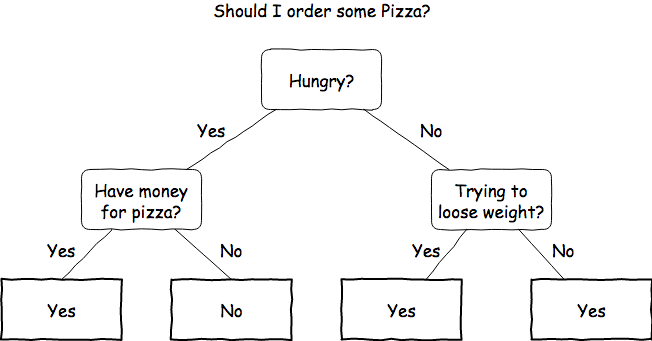
The draw.io diagram pizza_tree.png in tudo-astroparticlephysics/dpg2019-ml-tutorial, before a commit. Source tidied: cells renumbered, new cells last; positions are measured from the earlier drawing's top-left corner, leaving out a move shared by most shapes.
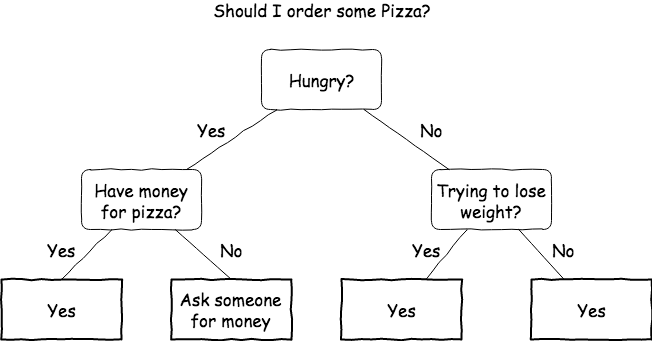
The same file after the commit.

The edit, as a diff of the source:
```diff
@@ -8,7 +8,7 @@
     <mxCell id="3" value="&lt;div style=&quot;font-size: 17px;&quot;&gt;Have money for pizza?&lt;/div&gt;" style="whiteSpace=wrap;html=1;rounded=1;shadow=0;labelBackgroundColor=none;strokeColor=#000000;strokeWidth=1;fillColor=#ffffff;fontFamily=Comic Sans MS;fontSize=17;fontColor=#000000;align=center;glass=0;comic=1;" parent="1" vertex="1">
       <mxGeometry x="80" y="160" width="120" height="60" as="geometry" />
     </mxCell>
-    <mxCell id="4" value="&lt;div style=&quot;font-size: 17px;&quot;&gt;Trying to loose weight?&lt;/div&gt;" style="whiteSpace=wrap;html=1;rounded=1;shadow=0;labelBackgroundColor=none;strokeColor=#000000;strokeWidth=1;fillColor=#ffffff;fontFamily=Comic Sans MS;fontSize=17;fontColor=#000000;align=center;comic=1;" parent="1" vertex="1">
+    <mxCell id="4" value="&lt;div style=&quot;font-size: 17px&quot;&gt;Trying to lose weight?&lt;/div&gt;" style="whiteSpace=wrap;html=1;rounded=1;shadow=0;labelBackgroundColor=none;strokeColor=#000000;strokeWidth=1;fillColor=#ffffff;fontFamily=Comic Sans MS;fontSize=17;fontColor=#000000;align=center;comic=1;" parent="1" vertex="1">
       <mxGeometry x="430" y="160" width="120" height="60" as="geometry" />
     </mxCell>
     <mxCell id="5" value="No" style="rounded=0;html=1;labelBackgroundColor=none;startArrow=none;startFill=0;startSize=5;endArrow=none;endFill=0;endSize=5;jettySize=auto;strokeColor=#000000;strokeWidth=1;fontFamily=Comic Sans MS;fontSize=17;fontColor=#000000;comic=1;" parent="1" edge="1" source="2" target="4">
@@ -44,7 +44,7 @@
     <mxCell id="13" value="Yes" style="whiteSpace=wrap;html=1;rounded=0;shadow=0;labelBackgroundColor=none;strokeColor=#000000;strokeWidth=2;fillColor=#ffffff;fontFamily=Comic Sans MS;fontSize=17;fontColor=#000000;align=center;comic=1;" parent="1" vertex="1">
       <mxGeometry y="270" width="120" height="60" as="geometry" />
     </mxCell>
-    <mxCell id="14" value="No" style="whiteSpace=wrap;html=1;rounded=0;shadow=0;labelBackgroundColor=none;strokeColor=#000000;strokeWidth=2;fillColor=#ffffff;fontFamily=Comic Sans MS;fontSize=17;fontColor=#000000;align=center;comic=1;" parent="1" vertex="1">
+    <mxCell id="14" value="Ask someone for money" style="whiteSpace=wrap;html=1;rounded=0;shadow=0;labelBackgroundColor=none;strokeColor=#000000;strokeWidth=2;fillColor=#ffffff;fontFamily=Comic Sans MS;fontSize=17;fontColor=#000000;align=center;comic=1;" parent="1" vertex="1">
       <mxGeometry x="170" y="270" width="120" height="60" as="geometry" />
     </mxCell>
     <mxCell id="15" value="&lt;div&gt;Should I order some Pizza?&lt;/div&gt;&lt;div&gt;&lt;br&gt;&lt;/div&gt;" style="text;html=1;strokeColor=none;fillColor=none;align=center;verticalAlign=middle;whiteSpace=wrap;rounded=0;shadow=0;glass=0;comic=1;fontFamily=Comic Sans MS;fontSize=17;" parent="1" vertex="1">
```
